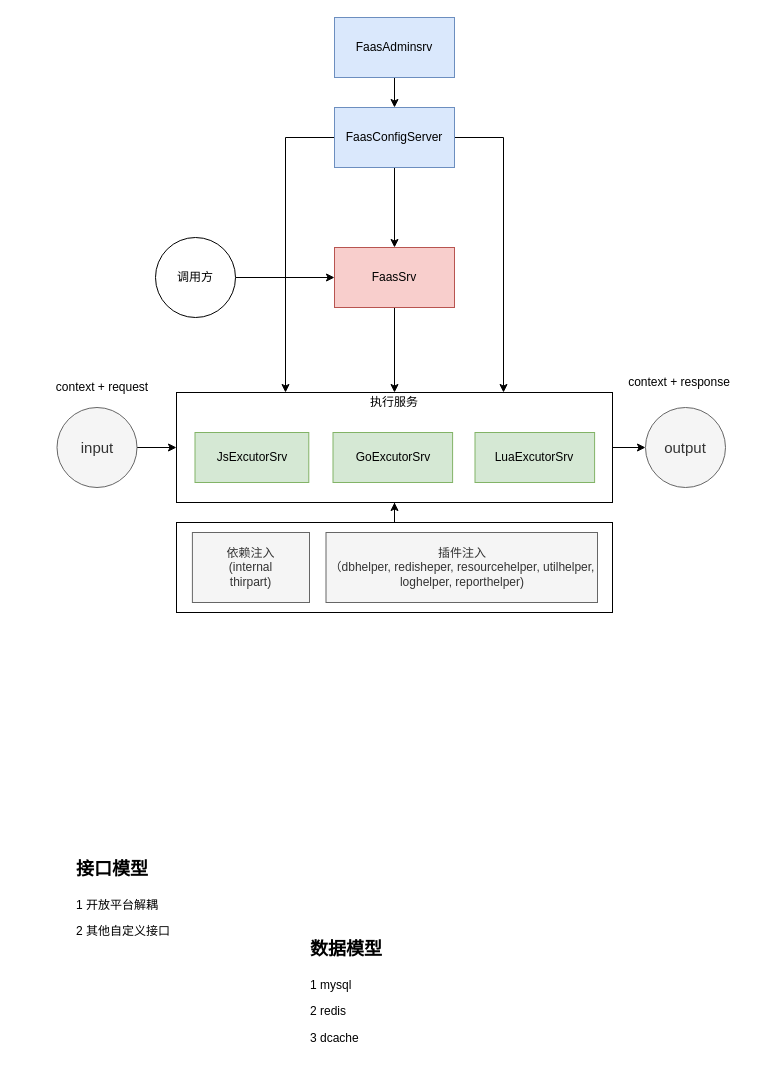
The draw.io diagram faas.drawio in axtrur/resource, before the edit. Source tidied: cells renumbered, new cells numbered last; positions are measured from the earlier drawing's top-left corner, leaving out a move shared by most shapes. Both pictures are drawn from the tidied source at 100%, with x=0, y=0 at pixel (17, 17).
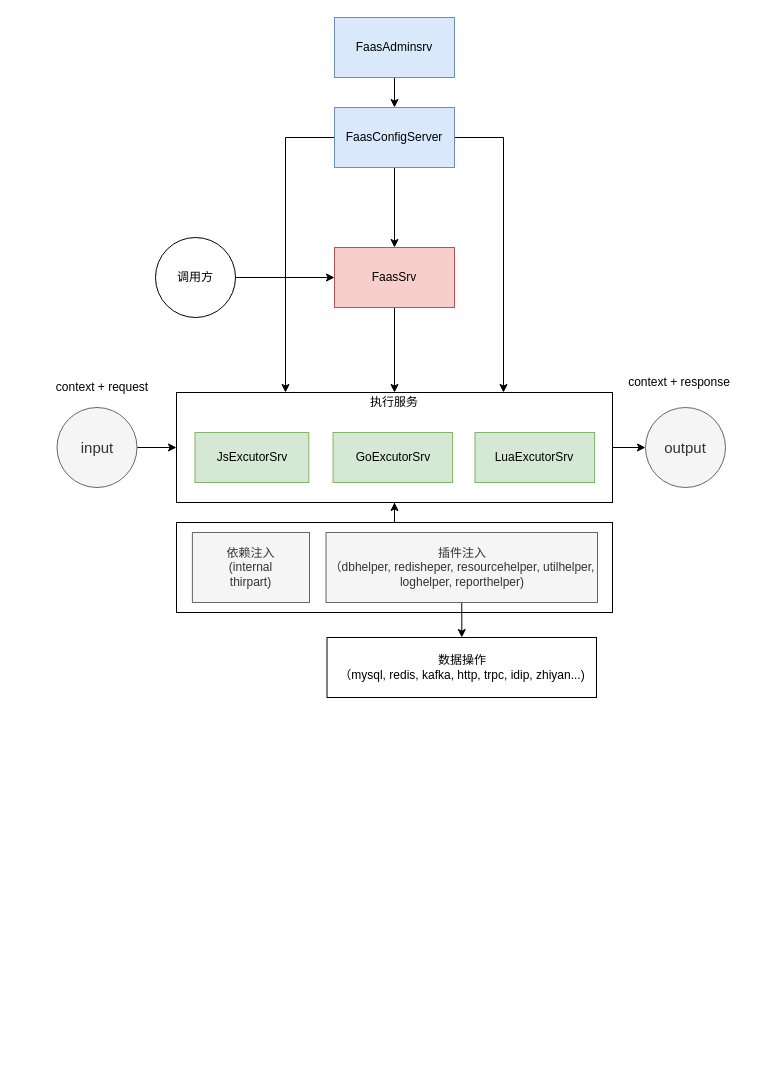
Above is the later version.

Unchanged cells that the change refers to:
```xml
<mxCell id="20" value="插件注入&lt;br&gt;（dbhelper, redisheper, resourcehelper, utilhelper, loghelper, reporthelper)" style="rounded=0;whiteSpace=wrap;html=1;fontSize=12;fillColor=#f5f5f5;strokeColor=#666666;fontColor=#333333;" parent="1" vertex="1">
  <mxGeometry x="308.5" y="515" width="271.5" height="70" as="geometry" />
</mxCell>
```

Change to the diagram source:
```diff
@@
-    <mxCell id="9" value="&lt;h1&gt;&lt;font style=&quot;font-size: 18px&quot;&gt;接口模型&lt;/font&gt;&lt;/h1&gt;&lt;p style=&quot;font-size: 12px&quot;&gt;1 开放平台解耦&lt;/p&gt;&lt;p style=&quot;font-size: 12px&quot;&gt;2 其他自定义接口&lt;/p&gt;" style="text;html=1;strokeColor=none;fillColor=none;spacing=5;spacingTop=-20;whiteSpace=wrap;overflow=hidden;rounded=0;fontSize=12;" parent="1" vertex="1">
-      <mxGeometry x="53.5" y="830" width="116" height="120" as="geometry" />
-    </mxCell>
-    <mxCell id="10" value="&lt;h1&gt;&lt;font style=&quot;font-size: 18px&quot;&gt;数据模型&lt;/font&gt;&lt;/h1&gt;&lt;p style=&quot;font-size: 12px&quot;&gt;1 mysql&lt;/p&gt;&lt;p style=&quot;font-size: 12px&quot;&gt;2 redis&lt;/p&gt;&lt;p style=&quot;font-size: 12px&quot;&gt;3 dcache&lt;/p&gt;" style="text;html=1;strokeColor=none;fillColor=none;spacing=5;spacingTop=-20;whiteSpace=wrap;overflow=hidden;rounded=0;fontSize=12;" parent="1" vertex="1">
-      <mxGeometry x="288" y="910" width="120" height="120" as="geometry" />
-    </mxCell>
@@
+    <mxCell id="29" style="edgeStyle=orthogonalEdgeStyle;rounded=0;jettySize=auto;html=1;exitX=0.5;exitY=1;exitDx=0;exitDy=0;" parent="1" edge="1" source="20" target="30">
+      <mxGeometry relative="1" as="geometry" />
+    </mxCell>
@@
+    <mxCell id="30" value="数据操作&lt;br&gt;（mysql, redis, kafka, http, trpc, idip, zhiyan...)" style="rounded=0;whiteSpace=wrap;html=1;" parent="1" vertex="1">
+      <mxGeometry x="309.5" y="620" width="269.5" height="60" as="geometry" />
+    </mxCell>
```
